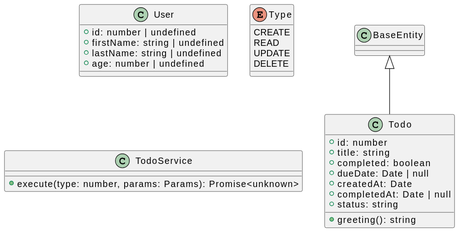
Above: docs/images/uml.svg in k2works/application_programing_excercise_2022 (PlantUML), before the change. Source of this version:
```plantuml
@startuml
class Todo extends BaseEntity {
    +id: number
    +title: string
    +completed: boolean
    +dueDate: Date | null
    +createdAt: Date
    +completedAt: Date | null
    +status: string
}
class User {
    +id: number | undefined
    +firstName: string | undefined
    +lastName: string | undefined
    +age: number | undefined
}
class Todo {
    +greeting(): string
}
enum Type {
    CREATE
    READ
    UPDATE
    DELETE
}
class TodoService {
    +execute(type: number, params: Params): Promise<unknown>
}
@enduml
```
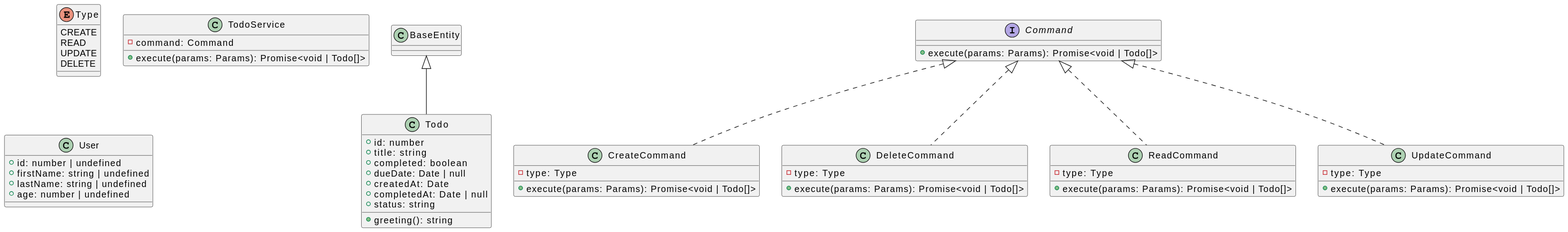
Above is the later version.

The edit, as a diff of the source:
```diff
@@ -8,6 +8,35 @@
     +completedAt: Date | null
     +status: string
 }
+class CreateCommand implements Command {
+    -type: Type
+    +execute(params: Params): Promise<void | Todo[]>
+}
+class DeleteCommand implements Command {
+    -type: Type
+    +execute(params: Params): Promise<void | Todo[]>
+}
+class ReadCommand implements Command {
+    -type: Type
+    +execute(params: Params): Promise<void | Todo[]>
+}
+class UpdateCommand implements Command {
+    -type: Type
+    +execute(params: Params): Promise<void | Todo[]>
+}
+enum Type {
+    CREATE
+    READ
+    UPDATE
+    DELETE
+}
+class TodoService {
+    -command: Command
+    +execute(params: Params): Promise<void | Todo[]>
+}
+interface Command {
+    +execute(params: Params): Promise<void | Todo[]>
+}
 class User {
     +id: number | undefined
     +firstName: string | undefined
@@ -17,13 +46,4 @@
 class Todo {
     +greeting(): string
 }
-enum Type {
-    CREATE
-    READ
-    UPDATE
-    DELETE
-}
-class TodoService {
-    +execute(type: number, params: Params): Promise<unknown>
-}
 @enduml
```
